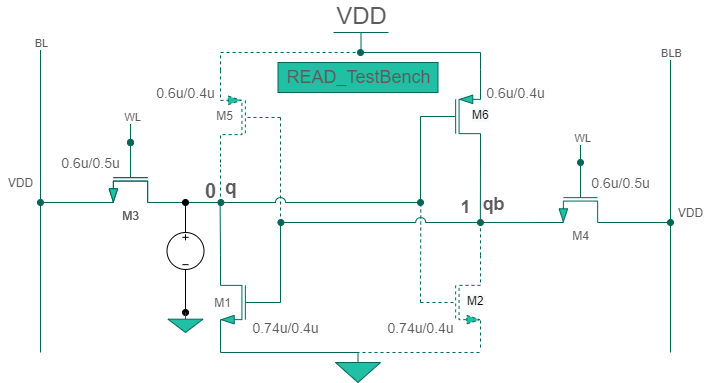
Earlier version of the draw.io export Images/Read_Test_bench.png (Khadgaray/6T_SRAM). Source tidied: cells renumbered, new cells last; positions are measured from the earlier drawing's top-left corner, leaving out a move shared by most shapes.
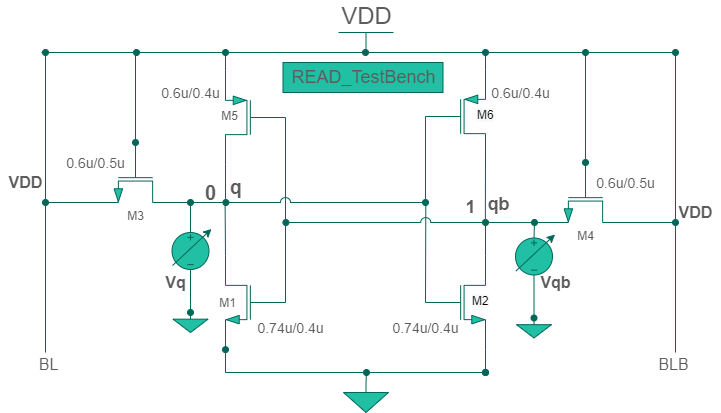
Later version of the same file.

Change to the diagram source:
```diff
@@ -2,15 +2,34 @@
   <root>
     <mxCell id="0" />
     <mxCell id="1" parent="0" />
-    <mxCell id="2" style="verticalLabelPosition=bottom;shadow=0;dashed=1;align=center;html=1;verticalAlign=top;shape=mxgraph.electrical.transistors.pmos;rotation=-180;flipV=1;fillColor=#21C0A5;strokeColor=#006658;fontColor=#5C5C5C;" parent="1" vertex="1">
+    <mxCell id="2" style="verticalLabelPosition=bottom;shadow=0;align=center;html=1;verticalAlign=top;shape=mxgraph.electrical.transistors.pmos;rotation=-180;flipV=1;fillColor=#21C0A5;strokeColor=#006658;fontColor=#5C5C5C;" parent="1" vertex="1">
       <mxGeometry x="220" y="35" width="60" height="100" as="geometry" />
     </mxCell>
     <mxCell id="3" style="verticalLabelPosition=bottom;shadow=0;dashed=0;align=center;html=1;verticalAlign=top;shape=mxgraph.electrical.transistors.pmos;fillColor=#21C0A5;strokeColor=#006658;fontColor=#5C5C5C;" parent="1" vertex="1">
       <mxGeometry x="420" y="34" width="60" height="100" as="geometry" />
     </mxCell>
+    <mxCell id="60" style="edgeStyle=orthogonalEdgeStyle;rounded=0;sketch=0;jettySize=auto;html=1;exitX=1;exitY=1;exitDx=0;exitDy=0;exitPerimeter=0;fontColor=#5C5C5C;startArrow=none;startFill=0;endArrow=oval;endFill=1;strokeColor=#006658;fillColor=#21C0A5;" parent="1" edge="1" source="4">
+      <mxGeometry relative="1" as="geometry">
+        <mxPoint x="480" y="340" as="targetPoint" />
+      </mxGeometry>
+    </mxCell>
-    <mxCell id="4" style="verticalLabelPosition=bottom;shadow=0;dashed=1;align=center;html=1;verticalAlign=top;shape=mxgraph.electrical.transistors.nmos;fillColor=#21C0A5;strokeColor=#006658;fontColor=#5C5C5C;" parent="1" vertex="1">
+    <mxCell id="4" style="verticalLabelPosition=bottom;shadow=0;align=center;html=1;verticalAlign=top;shape=mxgraph.electrical.transistors.nmos;fillColor=#21C0A5;strokeColor=#006658;fontColor=#5C5C5C;" parent="1" vertex="1">
       <mxGeometry x="420" y="220" width="60" height="100" as="geometry" />
     </mxCell>
+    <mxCell id="61" style="edgeStyle=orthogonalEdgeStyle;rounded=0;sketch=0;jettySize=auto;html=1;exitX=1;exitY=1;exitDx=0;exitDy=0;exitPerimeter=0;fontColor=#5C5C5C;startArrow=oval;startFill=1;endArrow=oval;endFill=1;strokeColor=#006658;fillColor=#21C0A5;" parent="1" edge="1" source="5">
+      <mxGeometry relative="1" as="geometry">
+        <mxPoint x="480" y="340" as="targetPoint" />
+        <Array as="points">
+          <mxPoint x="220" y="340" />
+          <mxPoint x="480" y="340" />
+        </Array>
+      </mxGeometry>
+    </mxCell>
+    <mxCell id="62" style="edgeStyle=orthogonalEdgeStyle;rounded=0;sketch=0;jettySize=auto;html=1;exitX=1;exitY=1;exitDx=0;exitDy=0;exitPerimeter=0;fontColor=#5C5C5C;startArrow=none;startFill=0;endArrow=none;endFill=0;strokeColor=#006658;fillColor=#21C0A5;" parent="1" edge="1" source="5">
+      <mxGeometry relative="1" as="geometry">
+        <mxPoint x="220" y="340" as="targetPoint" />
+      </mxGeometry>
+    </mxCell>
     <mxCell id="5" style="verticalLabelPosition=bottom;shadow=0;dashed=0;align=center;html=1;verticalAlign=top;shape=mxgraph.electrical.transistors.nmos;rotation=-180;flipV=1;fillColor=#21C0A5;strokeColor=#006658;fontColor=#5C5C5C;" parent="1" vertex="1">
       <mxGeometry x="220" y="220" width="60" height="100" as="geometry" />
     </mxCell>
@@ -33,17 +52,25 @@
         </Array>
       </mxGeometry>
     </mxCell>
-    <mxCell id="9" style="endArrow=none;html=1;rounded=0;jumpStyle=arc;exitX=1;exitY=1;exitDx=0;exitDy=0;exitPerimeter=0;entryX=0.5;entryY=0;entryDx=0;entryDy=0;entryPerimeter=0;strokeColor=#006658;fontColor=#5C5C5C;" parent="1" edge="1" source="5" target="19">
-      <mxGeometry relative="1" as="geometry">
-        <Array as="points">
-          <mxPoint x="220" y="320" />
-          <mxPoint x="350" y="320" />
-        </Array>
-      </mxGeometry>
-    </mxCell>
+    <mxCell id="63" style="edgeStyle=orthogonalEdgeStyle;rounded=0;jettySize=auto;html=1;exitX=0;exitY=0.5;exitDx=0;exitDy=0;exitPerimeter=0;fontSize=16;startArrow=oval;startFill=1;endArrow=oval;endFill=1;strokeColor=#006658;fontColor=#5C5C5C;" parent="1" edge="1" source="10">
+      <mxGeometry relative="1" as="geometry">
+        <mxPoint x="220" y="20" as="targetPoint" />
+        <Array as="points">
+          <mxPoint x="130" y="20" />
+        </Array>
+      </mxGeometry>
+    </mxCell>
     <mxCell id="10" value="M3" style="verticalLabelPosition=bottom;shadow=0;dashed=0;align=center;html=1;verticalAlign=top;shape=mxgraph.electrical.transistors.nmos;direction=south;fillColor=#21C0A5;strokeColor=#006658;fontColor=#5C5C5C;" parent="1" vertex="1">
       <mxGeometry x="80" y="110" width="100" height="60" as="geometry" />
     </mxCell>
+    <mxCell id="64" style="edgeStyle=orthogonalEdgeStyle;rounded=0;jettySize=auto;html=1;exitX=0;exitY=0.5;exitDx=0;exitDy=0;exitPerimeter=0;fontSize=16;startArrow=oval;startFill=1;endArrow=oval;endFill=1;strokeColor=#006658;fontColor=#5C5C5C;" parent="1" edge="1" source="11">
+      <mxGeometry relative="1" as="geometry">
+        <mxPoint x="480" y="20" as="targetPoint" />
+        <Array as="points">
+          <mxPoint x="580" y="20" />
+        </Array>
+      </mxGeometry>
+    </mxCell>
     <mxCell id="11" value="M4" style="verticalLabelPosition=bottom;shadow=0;dashed=0;align=center;html=1;verticalAlign=top;shape=mxgraph.electrical.transistors.nmos;direction=south;fillColor=#21C0A5;strokeColor=#006658;fontColor=#5C5C5C;" parent="1" vertex="1">
       <mxGeometry x="530" y="130" width="100" height="60" as="geometry" />
     </mxCell>
@@ -73,31 +100,26 @@
     <mxCell id="18" value="VDD" style="verticalLabelPosition=top;verticalAlign=bottom;shape=mxgraph.electrical.signal_sources.vdd;shadow=0;dashed=0;align=center;strokeWidth=1;fontSize=24;html=1;flipV=1;fillColor=#21C0A5;strokeColor=#006658;fontColor=#5C5C5C;" parent="1" vertex="1">
       <mxGeometry x="333" width="55" height="20" as="geometry" />
     </mxCell>
+    <mxCell id="65" style="edgeStyle=orthogonalEdgeStyle;rounded=0;sketch=0;jettySize=auto;html=1;exitX=0.5;exitY=0;exitDx=0;exitDy=0;exitPerimeter=0;fontColor=#5C5C5C;startArrow=none;startFill=0;endArrow=oval;endFill=1;strokeColor=#006658;fillColor=#21C0A5;" parent="1" edge="1" source="19">
+      <mxGeometry relative="1" as="geometry">
+        <mxPoint x="361" y="340" as="targetPoint" />
+      </mxGeometry>
+    </mxCell>
     <mxCell id="19" style="verticalLabelPosition=bottom;shadow=0;dashed=0;align=center;html=1;verticalAlign=top;shape=mxgraph.electrical.signal_sources.signal_ground;fillColor=#21C0A5;strokeColor=#006658;fontColor=#5C5C5C;" parent="1" vertex="1">
-      <mxGeometry x="335" y="320" width="45" height="30" as="geometry" />
+      <mxGeometry x="338" y="350" width="45" height="30" as="geometry" />
     </mxCell>
-    <mxCell id="20" style="endArrow=none;html=1;strokeColor=#006658;fontColor=#5C5C5C;" parent="1" edge="1">
+    <mxCell id="20" style="endArrow=oval;html=1;strokeColor=#006658;fontColor=#5C5C5C;endFill=1;" parent="1" edge="1">
       <mxGeometry relative="1" as="geometry">
         <mxPoint x="670" y="320" as="sourcePoint" />
         <mxPoint x="670" y="20" as="targetPoint" />
       </mxGeometry>
     </mxCell>
-    <mxCell id="21" value="BLB" style="edgeLabel;html=1;align=center;verticalAlign=middle;fontColor=#5C5C5C;" parent="20" vertex="1">
-      <mxGeometry x="0.82" y="-1" relative="1" as="geometry">
-        <mxPoint x="-1" y="-27" as="offset" />
-      </mxGeometry>
-    </mxCell>
-    <mxCell id="22" style="endArrow=none;html=1;strokeColor=#006658;fontColor=#5C5C5C;" parent="1" edge="1">
+    <mxCell id="22" style="endArrow=oval;html=1;strokeColor=#006658;fontColor=#5C5C5C;endFill=1;" parent="1" edge="1">
       <mxGeometry relative="1" as="geometry">
         <mxPoint x="40" y="320" as="sourcePoint" />
-        <mxPoint x="40" y="10" as="targetPoint" />
+        <mxPoint x="40" y="20" as="targetPoint" />
       </mxGeometry>
     </mxCell>
-    <mxCell id="23" value="BL" style="edgeLabel;html=1;align=center;verticalAlign=middle;fontColor=#5C5C5C;" parent="22" vertex="1">
-      <mxGeometry x="0.85" relative="1" as="geometry">
-        <mxPoint y="-23" as="offset" />
-      </mxGeometry>
-    </mxCell>
     <mxCell id="24" style="endArrow=oval;html=1;endFill=1;strokeColor=#006658;fontColor=#5C5C5C;" parent="1" edge="1">
       <mxGeometry relative="1" as="geometry">
         <mxPoint x="610" y="190" as="sourcePoint" />
@@ -112,27 +134,6 @@
     <mxCell id="26" value="qb" style="text;html=1;align=center;verticalAlign=middle;fillColor=none;strokeColor=none;rounded=0;fontSize=18;fontColor=#5C5C5C;fontStyle=1;" parent="1" vertex="1">
       <mxGeometry x="473" y="157" width="40" height="30" as="geometry" />
     </mxCell>
-    <mxCell id="27" style="endArrow=oval;html=1;startArrow=none;startFill=0;endFill=1;entryX=0;entryY=0.5;entryDx=0;entryDy=0;entryPerimeter=0;strokeColor=#006658;fontColor=#5C5C5C;" parent="1" edge="1" target="10">
-      <mxGeometry relative="1" as="geometry">
-        <mxPoint x="130" y="80" as="sourcePoint" />
-      </mxGeometry>
-    </mxCell>
-    <mxCell id="28" value="WL" style="edgeLabel;html=1;align=center;verticalAlign=middle;fontColor=#5C5C5C;" parent="27" vertex="1">
-      <mxGeometry x="-0.66" relative="1" as="geometry">
-        <mxPoint x="1" as="offset" />
-      </mxGeometry>
-    </mxCell>
-    <mxCell id="29" style="endArrow=oval;html=1;startArrow=none;startFill=0;endFill=1;entryX=0;entryY=0.5;entryDx=0;entryDy=0;entryPerimeter=0;strokeColor=#006658;fontColor=#5C5C5C;" parent="1" edge="1">
-      <mxGeometry relative="1" as="geometry">
-        <mxPoint x="580" y="100" as="sourcePoint" />
-        <mxPoint x="580" y="130" as="targetPoint" />
-      </mxGeometry>
-    </mxCell>
-    <mxCell id="30" value="WL" style="edgeLabel;html=1;align=center;verticalAlign=middle;fontColor=#5C5C5C;" parent="29" vertex="1">
-      <mxGeometry x="-0.66" relative="1" as="geometry">
-        <mxPoint x="1" as="offset" />
-      </mxGeometry>
-    </mxCell>
     <mxCell id="31" value="0.6u/0.5u" style="text;html=1;align=center;verticalAlign=middle;fillColor=none;strokeColor=none;rounded=0;fontSize=14;fontColor=#5C5C5C;" parent="1" vertex="1">
       <mxGeometry x="55" y="120" width="70" height="20" as="geometry" />
     </mxCell>
@@ -151,7 +152,7 @@
     <mxCell id="36" value="0.6u/0.4u" style="text;html=1;align=center;verticalAlign=middle;fillColor=none;strokeColor=none;rounded=0;fontSize=14;fontColor=#5C5C5C;" parent="1" vertex="1">
       <mxGeometry x="480" y="50" width="70" height="20" as="geometry" />
     </mxCell>
-    <mxCell id="37" style="endArrow=none;dashed=1;html=1;entryX=1;entryY=1;entryDx=0;entryDy=0;entryPerimeter=0;strokeColor=#006658;fontColor=#5C5C5C;" parent="1" edge="1" target="2">
+    <mxCell id="37" style="endArrow=none;html=1;entryX=1;entryY=1;entryDx=0;entryDy=0;entryPerimeter=0;strokeColor=#006658;fontColor=#5C5C5C;" parent="1" edge="1" target="2">
       <mxGeometry relative="1" as="geometry">
         <mxPoint x="220" y="170" as="sourcePoint" />
       </mxGeometry>
@@ -162,50 +163,41 @@
       </mxGeometry>
     </mxCell>
     <mxCell id="39" value="0" style="text;html=1;align=center;verticalAlign=middle;strokeColor=none;fontSize=20;fontStyle=1;fontColor=#5C5C5C;" parent="1" vertex="1">
-      <mxGeometry x="195" y="143" width="30" height="30" as="geometry" />
+      <mxGeometry x="190" y="145" width="30" height="30" as="geometry" />
     </mxCell>
     <mxCell id="40" style="endArrow=none;html=1;exitX=0;exitY=0.5;exitDx=0;exitDy=0;exitPerimeter=0;strokeColor=#006658;fontColor=#5C5C5C;" parent="1" edge="1" source="5">
       <mxGeometry relative="1" as="geometry">
         <mxPoint x="280" y="190" as="targetPoint" />
       </mxGeometry>
     </mxCell>
-    <mxCell id="41" style="endArrow=none;dashed=1;html=1;entryX=0;entryY=0.5;entryDx=0;entryDy=0;entryPerimeter=0;strokeColor=#006658;fontColor=#5C5C5C;" parent="1" edge="1" target="2">
+    <mxCell id="41" style="endArrow=none;html=1;entryX=0;entryY=0.5;entryDx=0;entryDy=0;entryPerimeter=0;strokeColor=#006658;fontColor=#5C5C5C;" parent="1" edge="1" target="2">
       <mxGeometry relative="1" as="geometry">
         <mxPoint x="280" y="190" as="sourcePoint" />
       </mxGeometry>
     </mxCell>
-    <mxCell id="42" style="endArrow=none;dashed=1;html=1;entryX=0.5;entryY=0;entryDx=0;entryDy=0;entryPerimeter=0;rounded=0;exitX=1;exitY=0;exitDx=0;exitDy=0;exitPerimeter=0;strokeColor=#006658;fontColor=#5C5C5C;" parent="1" edge="1" source="2" target="18">
+    <mxCell id="42" style="endArrow=none;html=1;entryX=0.5;entryY=0;entryDx=0;entryDy=0;entryPerimeter=0;rounded=0;exitX=1;exitY=0;exitDx=0;exitDy=0;exitPerimeter=0;strokeColor=#006658;fontColor=#5C5C5C;" parent="1" edge="1" source="2" target="18">
       <mxGeometry relative="1" as="geometry">
         <Array as="points">
           <mxPoint x="220" y="20" />
         </Array>
       </mxGeometry>
     </mxCell>
-    <mxCell id="43" style="endArrow=none;dashed=1;html=1;entryX=1;entryY=1;entryDx=0;entryDy=0;entryPerimeter=0;strokeColor=#006658;fontColor=#5C5C5C;" parent="1" edge="1">
+    <mxCell id="43" style="endArrow=none;html=1;entryX=1;entryY=1;entryDx=0;entryDy=0;entryPerimeter=0;strokeColor=#006658;fontColor=#5C5C5C;" parent="1" edge="1">
       <mxGeometry relative="1" as="geometry">
         <mxPoint x="480" y="222.9" as="sourcePoint" />
         <mxPoint x="480" y="190" as="targetPoint" />
       </mxGeometry>
     </mxCell>
-    <mxCell id="44" style="endArrow=none;dashed=1;html=1;entryX=1;entryY=1;entryDx=0;entryDy=0;entryPerimeter=0;exitX=0;exitY=0.5;exitDx=0;exitDy=0;exitPerimeter=0;strokeColor=#006658;fontColor=#5C5C5C;" parent="1" edge="1" source="4">
+    <mxCell id="44" style="endArrow=none;html=1;entryX=1;entryY=1;entryDx=0;entryDy=0;entryPerimeter=0;exitX=0;exitY=0.5;exitDx=0;exitDy=0;exitPerimeter=0;strokeColor=#006658;fontColor=#5C5C5C;" parent="1" edge="1" source="4">
       <mxGeometry relative="1" as="geometry">
         <mxPoint x="420.3" y="170" as="targetPoint" />
       </mxGeometry>
     </mxCell>
-    <mxCell id="45" style="endArrow=none;dashed=1;html=1;rounded=0;strokeColor=#006658;fontColor=#5C5C5C;" parent="1" edge="1">
-      <mxGeometry relative="1" as="geometry">
-        <mxPoint x="350" y="320" as="sourcePoint" />
-        <mxPoint x="480" y="320" as="targetPoint" />
-        <Array as="points">
-          <mxPoint x="350.2" y="320" />
-        </Array>
-      </mxGeometry>
-    </mxCell>
-    <mxCell id="46" value="VDD" style="text;html=1;align=center;verticalAlign=middle;strokeColor=none;fontColor=#5C5C5C;" parent="1" vertex="1">
-      <mxGeometry y="140" width="40" height="20" as="geometry" />
+    <mxCell id="46" value="VDD" style="text;html=1;align=center;verticalAlign=middle;strokeColor=none;fontColor=#5C5C5C;fontSize=16;fontStyle=1;" parent="1" vertex="1">
+      <mxGeometry x="-5" y="140" width="50" height="20" as="geometry" />
     </mxCell>
-    <mxCell id="47" value="VDD" style="text;html=1;align=center;verticalAlign=middle;strokeColor=none;fontColor=#5C5C5C;" parent="1" vertex="1">
-      <mxGeometry x="670" y="170" width="40" height="20" as="geometry" />
+    <mxCell id="47" value="VDD" style="text;html=1;align=center;verticalAlign=middle;strokeColor=none;fontColor=#5C5C5C;fontSize=16;fontStyle=1;" parent="1" vertex="1">
+      <mxGeometry x="665" y="170" width="50" height="20" as="geometry" />
     </mxCell>
     <mxCell id="48" style="endArrow=oval;html=1;exitX=1.02;exitY=1.05;exitDx=0;exitDy=0;exitPerimeter=0;startArrow=oval;startFill=1;endFill=1;jumpStyle=arc;jumpSize=10;strokeColor=#006658;fontColor=#5C5C5C;" parent="1" edge="1">
       <mxGeometry relative="1" as="geometry">
@@ -225,37 +217,78 @@
     <mxCell id="51" value="&lt;b&gt;q&lt;/b&gt;" style="text;html=1;align=center;verticalAlign=middle;strokeColor=none;fontSize=19;fontColor=#5C5C5C;" parent="1" vertex="1">
       <mxGeometry x="215" y="140" width="30" height="30" as="geometry" />
     </mxCell>
-    <mxCell id="52" style="endArrow=oval;html=1;startArrow=none;startFill=0;endFill=1;entryX=0;entryY=0.5;entryDx=0;entryDy=0;entryPerimeter=0;strokeColor=#006658;fontColor=#5C5C5C;" parent="1" edge="1" target="54">
-      <mxGeometry relative="1" as="geometry">
-        <mxPoint x="130" y="80" as="sourcePoint" />
-      </mxGeometry>
-    </mxCell>
-    <mxCell id="53" value="WL" style="edgeLabel;html=1;align=center;verticalAlign=middle;fontColor=#5C5C5C;" parent="52" vertex="1">
-      <mxGeometry x="-0.66" relative="1" as="geometry">
-        <mxPoint x="1" as="offset" />
-      </mxGeometry>
-    </mxCell>
-    <mxCell id="54" value="M3" style="verticalLabelPosition=bottom;shadow=0;dashed=0;align=center;html=1;verticalAlign=top;shape=mxgraph.electrical.transistors.nmos;direction=south;fillColor=#21C0A5;strokeColor=#006658;fontColor=#5C5C5C;" parent="1" vertex="1">
-      <mxGeometry x="80" y="110" width="100" height="60" as="geometry" />
-    </mxCell>
     <mxCell id="55" value="&lt;font style=&quot;font-size: 18px&quot;&gt;READ_TestBench&lt;/font&gt;" style="text;html=1;align=center;verticalAlign=middle;strokeColor=#006658;fillColor=#21C0A5;fontColor=#5C5C5C;fontFamily=Helvetica;fontSize=18;" parent="1" vertex="1">
       <mxGeometry x="277.5" y="30" width="160" height="30" as="geometry" />
     </mxCell>
-    <mxCell id="56" style="edgeStyle=orthogonalEdgeStyle;rounded=0;jettySize=auto;html=1;exitX=0.5;exitY=0;exitDx=0;exitDy=0;exitPerimeter=0;endArrow=oval;endFill=1;" parent="1" edge="1" source="58">
+    <mxCell id="56" style="edgeStyle=orthogonalEdgeStyle;rounded=0;jettySize=auto;html=1;exitX=0.5;exitY=0;exitDx=0;exitDy=0;exitPerimeter=0;endArrow=oval;endFill=1;strokeColor=#006658;fontColor=#5C5C5C;" parent="1" edge="1" source="58">
       <mxGeometry relative="1" as="geometry">
         <mxPoint x="185" y="170" as="targetPoint" />
       </mxGeometry>
     </mxCell>
-    <mxCell id="57" style="edgeStyle=orthogonalEdgeStyle;rounded=0;jettySize=auto;html=1;exitX=0.5;exitY=1;exitDx=0;exitDy=0;exitPerimeter=0;endArrow=oval;endFill=1;" parent="1" edge="1" source="58">
+    <mxCell id="57" style="edgeStyle=orthogonalEdgeStyle;rounded=0;jettySize=auto;html=1;exitX=0.5;exitY=1;exitDx=0;exitDy=0;exitPerimeter=0;endArrow=oval;endFill=1;strokeColor=#006658;fontColor=#5C5C5C;" parent="1" edge="1" source="58">
       <mxGeometry relative="1" as="geometry">
         <mxPoint x="185" y="280" as="targetPoint" />
       </mxGeometry>
     </mxCell>
-    <mxCell id="58" style="verticalLabelPosition=bottom;shadow=0;dashed=0;align=center;html=1;verticalAlign=top;shape=mxgraph.electrical.signal_sources.source;points=[[0.5,0,0],[1,0.5,0],[0.5,1,0],[0,0.5,0]];elSignalType=dc3;" parent="1" vertex="1">
+    <mxCell id="58" style="verticalLabelPosition=bottom;shadow=0;dashed=0;align=center;html=1;verticalAlign=top;shape=mxgraph.electrical.signal_sources.source;points=[[0.5,0,0],[1,0.5,0],[0.5,1,0],[0,0.5,0]];elSignalType=dc3;fillColor=#21C0A5;strokeColor=#006658;fontColor=#5C5C5C;" parent="1" vertex="1">
       <mxGeometry x="166.5" y="200" width="37" height="37" as="geometry" />
     </mxCell>
     <mxCell id="59" style="verticalLabelPosition=bottom;shadow=0;dashed=0;align=center;html=1;verticalAlign=top;shape=mxgraph.electrical.signal_sources.signal_ground;fillColor=#21C0A5;strokeColor=#006658;fontColor=#5C5C5C;" parent="1" vertex="1">
       <mxGeometry x="167.5" y="280" width="35" height="20" as="geometry" />
     </mxCell>
+    <mxCell id="66" style="endArrow=classic;startArrow=none;html=1;startFill=0;strokeColor=#006658;fontColor=#5C5C5C;" parent="1" edge="1">
+      <mxGeometry relative="1" as="geometry">
+        <mxPoint x="167" y="233" as="sourcePoint" />
+        <mxPoint x="206" y="196.5" as="targetPoint" />
+      </mxGeometry>
+    </mxCell>
+    <mxCell id="67" style="edgeStyle=orthogonalEdgeStyle;rounded=0;jettySize=auto;html=1;exitX=0.5;exitY=1;exitDx=0;exitDy=0;exitPerimeter=0;entryX=0.5;entryY=0;entryDx=0;entryDy=0;entryPerimeter=0;startArrow=none;startFill=0;endArrow=oval;endFill=1;strokeColor=#006658;fontColor=#5C5C5C;" parent="1" edge="1" source="69" target="70">
+      <mxGeometry relative="1" as="geometry" />
+    </mxCell>
+    <mxCell id="68" style="edgeStyle=orthogonalEdgeStyle;rounded=0;jettySize=auto;html=1;exitX=0.5;exitY=0;exitDx=0;exitDy=0;exitPerimeter=0;startArrow=none;startFill=0;endArrow=oval;endFill=1;strokeColor=#006658;fontColor=#5C5C5C;" parent="1" edge="1" source="69">
+      <mxGeometry relative="1" as="geometry">
+        <mxPoint x="529" y="190" as="targetPoint" />
+      </mxGeometry>
+    </mxCell>
+    <mxCell id="69" style="verticalLabelPosition=bottom;shadow=0;dashed=0;align=center;html=1;verticalAlign=top;shape=mxgraph.electrical.signal_sources.source;points=[[0.5,0,0],[1,0.5,0],[0.5,1,0],[0,0.5,0]];elSignalType=dc3;fillColor=#21C0A5;strokeColor=#006658;fontColor=#5C5C5C;" parent="1" vertex="1">
+      <mxGeometry x="510" y="205.5" width="37" height="37" as="geometry" />
+    </mxCell>
+    <mxCell id="70" style="verticalLabelPosition=bottom;shadow=0;dashed=0;align=center;html=1;verticalAlign=top;shape=mxgraph.electrical.signal_sources.signal_ground;fillColor=#21C0A5;strokeColor=#006658;fontColor=#5C5C5C;" parent="1" vertex="1">
+      <mxGeometry x="511" y="285.5" width="35" height="20" as="geometry" />
+    </mxCell>
+    <mxCell id="71" style="endArrow=classic;startArrow=none;html=1;startFill=0;strokeColor=#006658;fontColor=#5C5C5C;" parent="1" edge="1">
+      <mxGeometry relative="1" as="geometry">
+        <mxPoint x="510.5" y="238.5" as="sourcePoint" />
+        <mxPoint x="549.5" y="202" as="targetPoint" />
+      </mxGeometry>
+    </mxCell>
+    <mxCell id="72" value="Vq" style="text;html=1;align=center;verticalAlign=middle;strokeColor=none;fillColor=none;fontSize=16;fontStyle=1;fontColor=#5C5C5C;" parent="1" vertex="1">
+      <mxGeometry x="150" y="240" width="40" height="20" as="geometry" />
+    </mxCell>
+    <mxCell id="73" value="Vqb" style="text;html=1;align=center;verticalAlign=middle;strokeColor=none;fillColor=none;fontSize=16;fontStyle=1;fontColor=#5C5C5C;" parent="1" vertex="1">
+      <mxGeometry x="525" y="240" width="50" height="20" as="geometry" />
+    </mxCell>
+    <mxCell id="21" value="BLB" style="edgeLabel;html=1;align=center;verticalAlign=middle;fontColor=#5C5C5C;fontSize=16;" parent="1" vertex="1">
+      <mxGeometry x="665" y="-10" as="geometry">
+        <mxPoint x="2" y="341" as="offset" />
+      </mxGeometry>
+    </mxCell>
+    <mxCell id="23" value="BL" style="edgeLabel;html=1;align=center;verticalAlign=middle;fontColor=#5C5C5C;fontSize=16;" parent="1" vertex="1">
+      <mxGeometry x="40" y="-10" as="geometry">
+        <mxPoint x="2" y="341" as="offset" />
+      </mxGeometry>
+    </mxCell>
+    <mxCell id="74" style="endArrow=none;html=1;fontColor=#5C5C5C;strokeColor=#006658;fillColor=#21C0A5;startArrow=oval;startFill=1;" parent="1" edge="1">
+      <mxGeometry relative="1" as="geometry">
+        <mxPoint x="580" y="20" as="sourcePoint" />
+        <mxPoint x="670" y="20" as="targetPoint" />
+      </mxGeometry>
+    </mxCell>
+    <mxCell id="75" style="endArrow=oval;html=1;fontColor=#5C5C5C;strokeColor=#006658;fillColor=#21C0A5;startArrow=none;startFill=0;endFill=1;" parent="1" edge="1">
+      <mxGeometry relative="1" as="geometry">
+        <mxPoint x="36" y="20" as="sourcePoint" />
+        <mxPoint x="131" y="20" as="targetPoint" />
+      </mxGeometry>
+    </mxCell>
   </root>
 </mxGraphModel>
```
